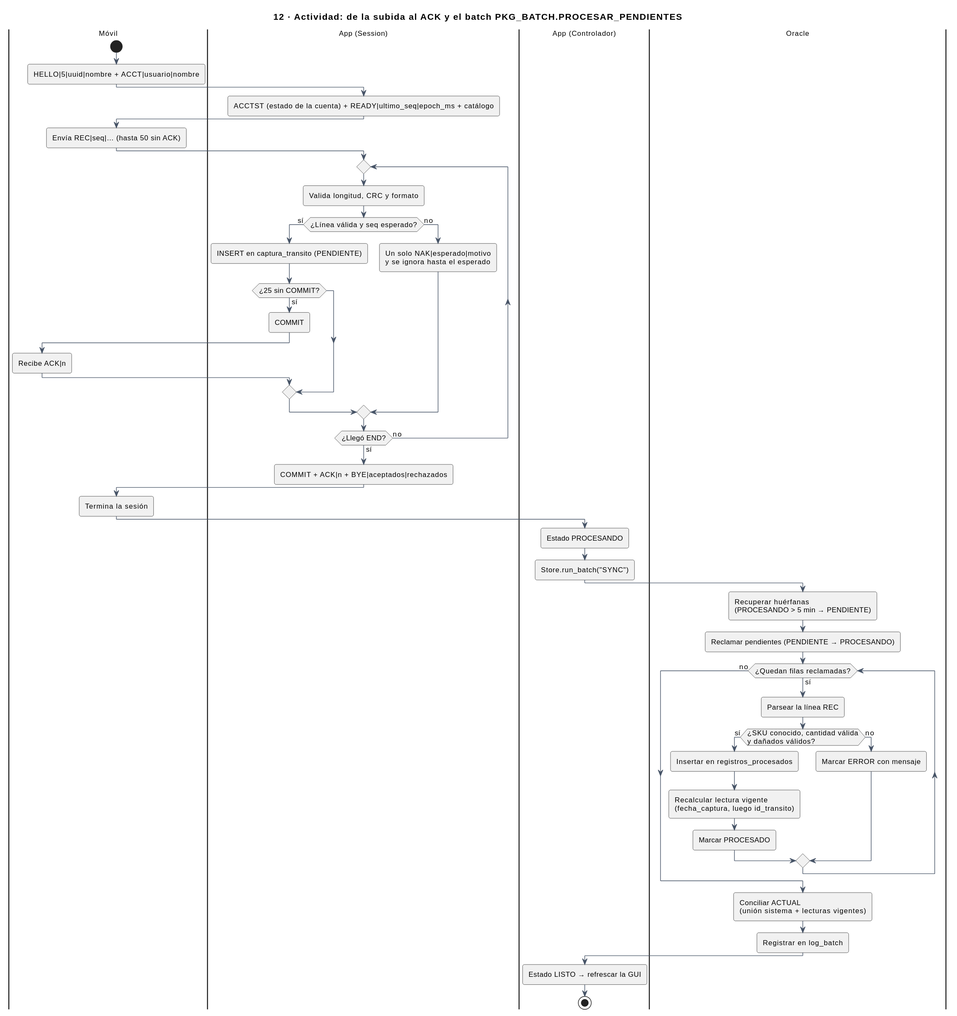
sebas-archive/kardex-bt keeps this PlantUML diagram as docs/img/uml/12-actividad-batch.svg. Above is the earlier version.
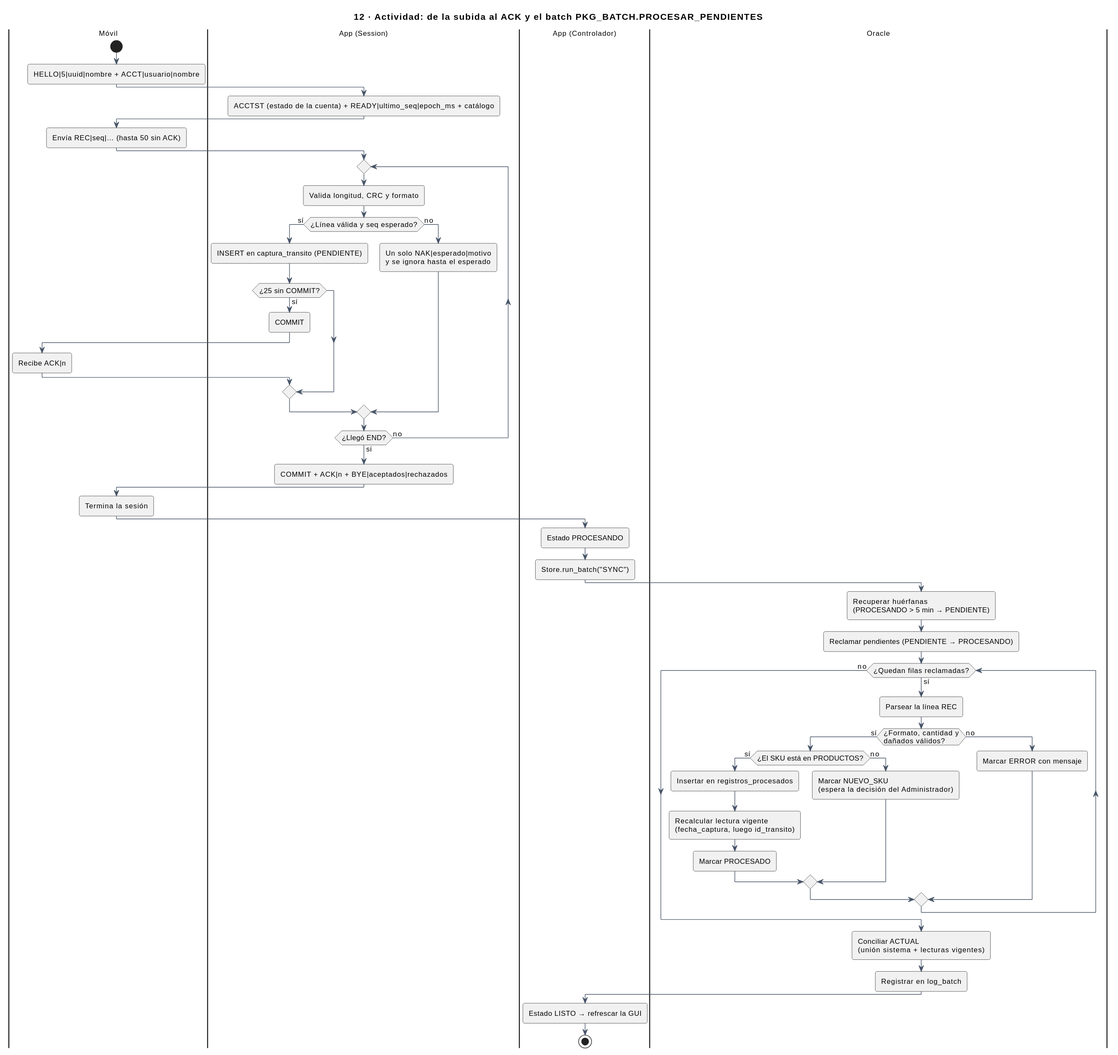
Above is the later version.

Change to the diagram source:
```diff
@@ -34,10 +34,14 @@
 :Reclamar pendientes (PENDIENTE → PROCESANDO);
 while (¿Quedan filas reclamadas?) is (sí)
   :Parsear la línea REC;
-  if (¿SKU conocido, cantidad válida\ny dañados válidos?) then (sí)
-    :Insertar en registros_procesados;
-    :Recalcular lectura vigente\n(fecha_captura, luego id_transito);
-    :Marcar PROCESADO;
+  if (¿Formato, cantidad y\ndañados válidos?) then (sí)
+    if (¿El SKU está en PRODUCTOS?) then (sí)
+      :Insertar en registros_procesados;
+      :Recalcular lectura vigente\n(fecha_captura, luego id_transito);
+      :Marcar PROCESADO;
+    else (no)
+      :Marcar NUEVO_SKU\n(espera la decisión del Administrador);
+    endif
   else (no)
     :Marcar ERROR con mensaje;
   endif
```
